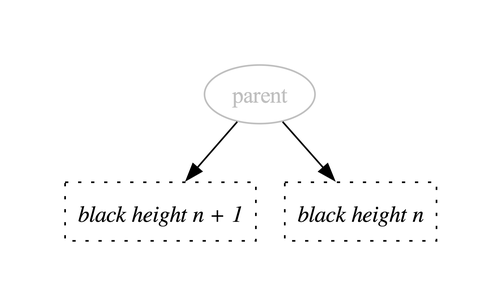
Earlier version of the Graphviz export Fw/DataStructures/docs/diagrams/removeBlackLeafNode/loop-invariant.png (nasa/fprime). Its source is kept beside it as Fw/DataStructures/docs/diagrams/removeBlackLeafNode/loop-invariant.dot. Source of this version:
```dot
digraph {

  P -> BHnPlus1
  P -> BHn

  P [label="parent",color="gray",fontcolor="gray"]
  BHn [shape="box",label="black height n",style="dotted",fontname="Italic"]
  BHnPlus1 [shape="box",label="black height n + 1",style="dotted",fontname="Italic"]

}
```
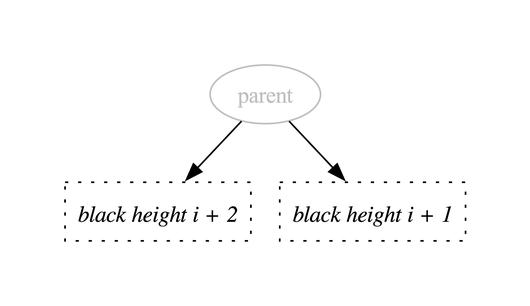
Later version of the same file.

What changed in the source:
```diff
@@ -1,10 +1,10 @@
 digraph {
 
+  P -> BHnPlus2
   P -> BHnPlus1
-  P -> BHn
 
   P [label="parent",color="gray",fontcolor="gray"]
-  BHn [shape="box",label="black height n",style="dotted",fontname="Italic"]
-  BHnPlus1 [shape="box",label="black height n + 1",style="dotted",fontname="Italic"]
+  BHnPlus1 [shape="box",label="black height i + 1",style="dotted",fontname="Italic"]
+  BHnPlus2 [shape="box",label="black height i + 2",style="dotted",fontname="Italic"]
 
 }
```
